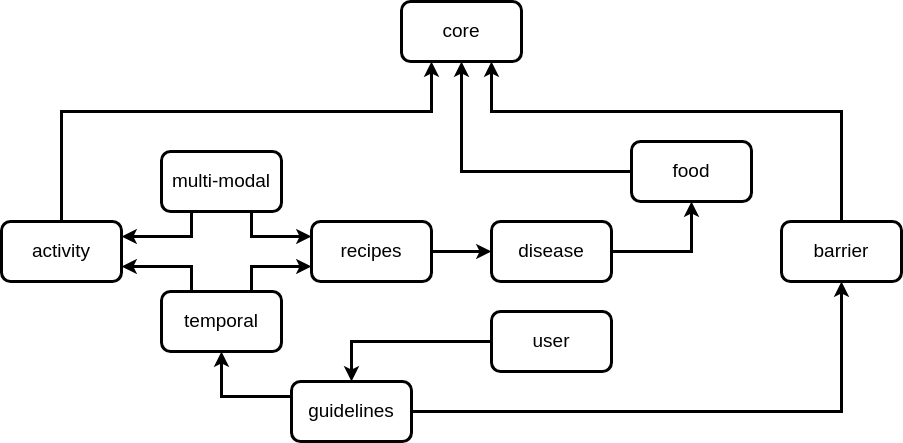
The draw.io diagram diagrams/fuskg-modules/fuskg-modules.png in IDA-FBK/FuS-KG, before a commit. Source tidied: cells renumbered, new cells last; positions are measured from the earlier drawing's top-left corner, leaving out a move shared by most shapes.
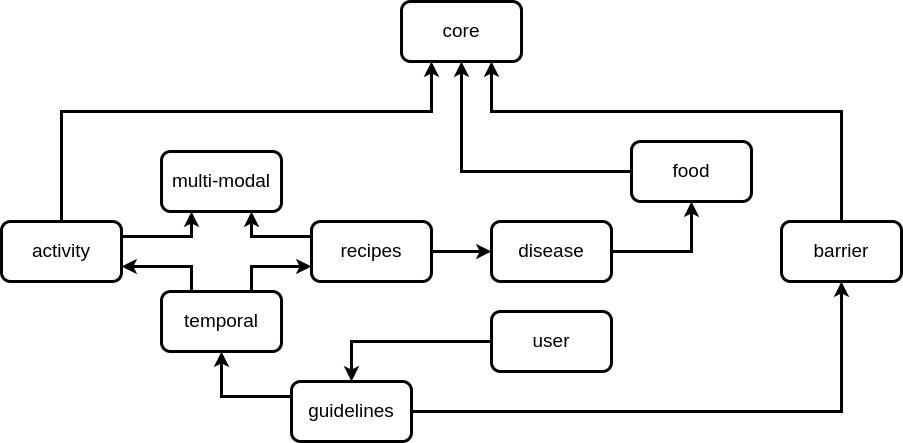
After the commit.

The edit, as a diff of the source:
```diff
@@ -57,10 +57,10 @@
     <mxCell id="16" value="recipes" style="rounded=1;whiteSpace=wrap;html=1;strokeWidth=3;fontSize=19;" parent="1" vertex="1">
       <mxGeometry x="310" y="220" width="120" height="60" as="geometry" />
     </mxCell>
-    <mxCell id="17" style="edgeStyle=orthogonalEdgeStyle;rounded=0;jettySize=auto;html=1;exitX=0.75;exitY=1;exitDx=0;exitDy=0;entryX=0;entryY=0.25;entryDx=0;entryDy=0;strokeWidth=3;fontSize=19;" parent="1" edge="1" source="19" target="16">
+    <mxCell id="17" style="edgeStyle=orthogonalEdgeStyle;rounded=0;jettySize=auto;html=1;exitX=0.75;exitY=1;exitDx=0;exitDy=0;entryX=0;entryY=0.25;entryDx=0;entryDy=0;strokeWidth=3;fontSize=19;endArrow=none;startFill=1;startArrow=classic;" parent="1" edge="1" source="19" target="16">
       <mxGeometry relative="1" as="geometry" />
     </mxCell>
-    <mxCell id="18" style="edgeStyle=orthogonalEdgeStyle;rounded=0;jettySize=auto;html=1;exitX=0.25;exitY=1;exitDx=0;exitDy=0;entryX=1;entryY=0.25;entryDx=0;entryDy=0;strokeWidth=3;fontSize=19;" parent="1" edge="1" source="19" target="4">
+    <mxCell id="18" style="edgeStyle=orthogonalEdgeStyle;rounded=0;jettySize=auto;html=1;exitX=0.25;exitY=1;exitDx=0;exitDy=0;entryX=1;entryY=0.25;entryDx=0;entryDy=0;strokeWidth=3;fontSize=19;endArrow=none;startFill=1;startArrow=classic;" parent="1" edge="1" source="19" target="4">
       <mxGeometry relative="1" as="geometry" />
     </mxCell>
     <mxCell id="19" value="multi-modal" style="rounded=1;whiteSpace=wrap;html=1;strokeWidth=3;fontSize=19;" parent="1" vertex="1">
```
